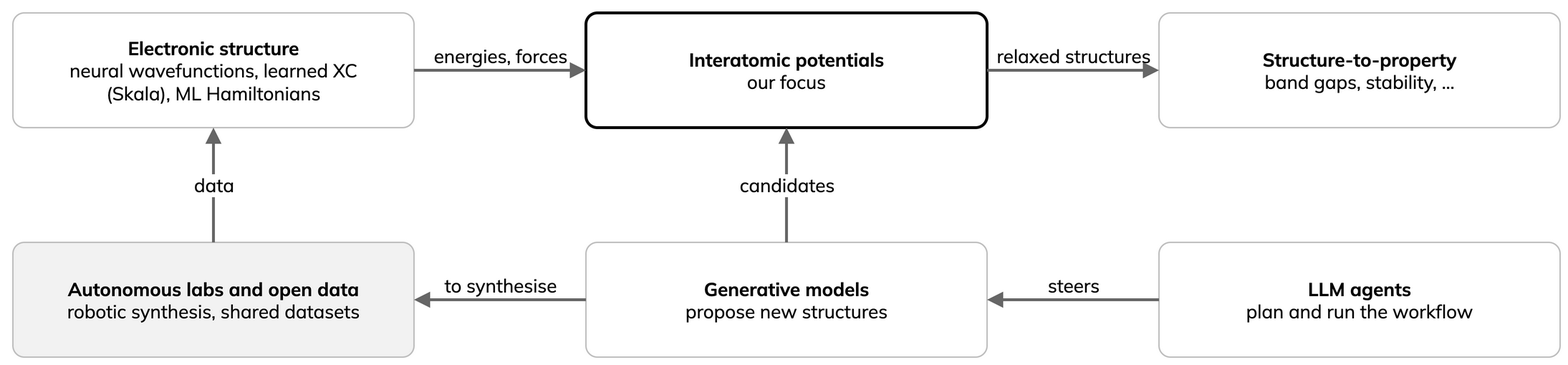
This is _static/bg-ai-families.drawio.png from ENCCS/mlip-hands-on, a draw.io export, as it was before one commit. Source tidied: cells renumbered, new cells last; positions are measured from the earlier drawing's top-left corner, leaving out a move shared by most shapes.
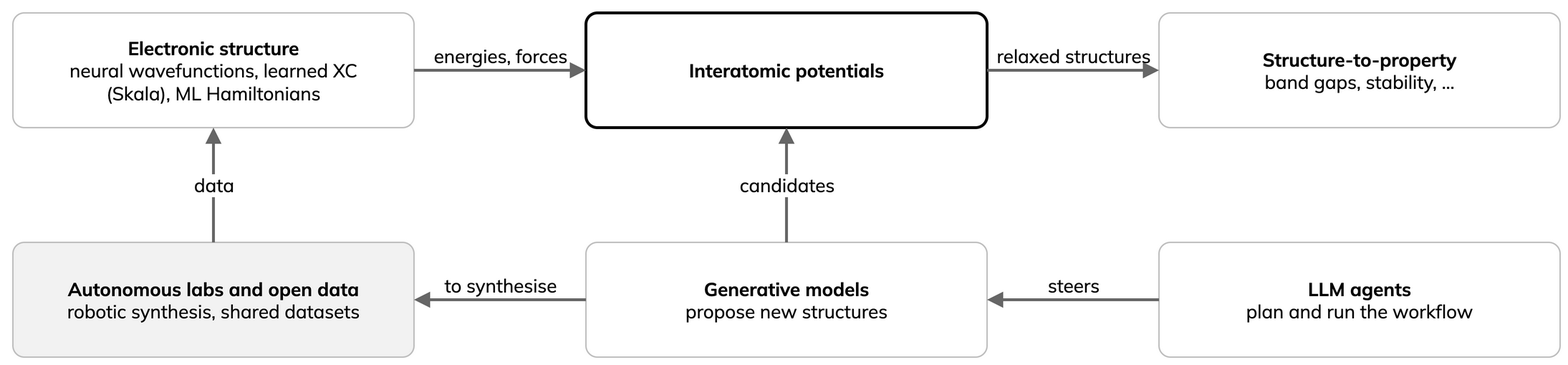
After the commit.

Commit message:
Drop focus label from AI-families figure

Diff of the diagram source:
```diff
@@ -5,7 +5,7 @@
     <mxCell id="2" value="&lt;b&gt;Electronic structure&lt;/b&gt;&lt;br&gt;neural wavefunctions, learned XC&lt;br&gt;(Skala), ML Hamiltonians" style="rounded=1;whiteSpace=wrap;html=1;arcSize=10;fillColor=#FFFFFF;strokeColor=#BFBFBF;fontFamily=Mulish;fontSize=13;fontColor=#000000;" parent="1" vertex="1">
       <mxGeometry width="280" height="80" as="geometry" />
     </mxCell>
-    <mxCell id="3" value="&lt;b&gt;Interatomic potentials&lt;/b&gt;&lt;br&gt;our focus" style="rounded=1;whiteSpace=wrap;html=1;arcSize=10;fillColor=#FFFFFF;strokeColor=#000000;strokeWidth=2;fontFamily=Mulish;fontSize=13;fontColor=#000000;" parent="1" vertex="1">
+    <mxCell id="3" value="&lt;b&gt;Interatomic potentials&lt;/b&gt;" style="rounded=1;whiteSpace=wrap;html=1;arcSize=10;fillColor=#FFFFFF;strokeColor=#000000;strokeWidth=2;fontFamily=Mulish;fontSize=13;fontColor=#000000;" parent="1" vertex="1">
       <mxGeometry x="400" width="280" height="80" as="geometry" />
     </mxCell>
     <mxCell id="4" value="&lt;b&gt;Structure-to-property&lt;/b&gt;&lt;br&gt;band gaps, stability, ..." style="rounded=1;whiteSpace=wrap;html=1;arcSize=10;fillColor=#FFFFFF;strokeColor=#BFBFBF;fontFamily=Mulish;fontSize=13;fontColor=#000000;" parent="1" vertex="1">
```
